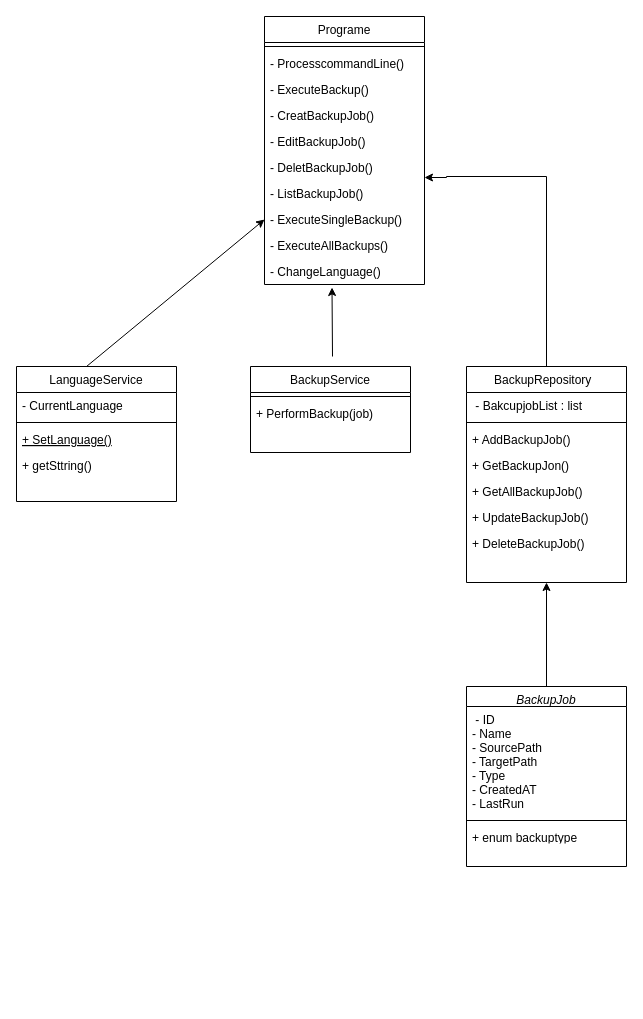
Above: Resources/Diagramme de classe.drawio in titaosahraoui/EasySave (draw.io), before the change. Source tidied: cells renumbered, new cells numbered last; positions are measured from the earlier drawing's top-left corner, leaving out a move shared by most shapes. Both pictures are drawn from the tidied source at 100%, with x=0, y=0 at pixel (16, 16).
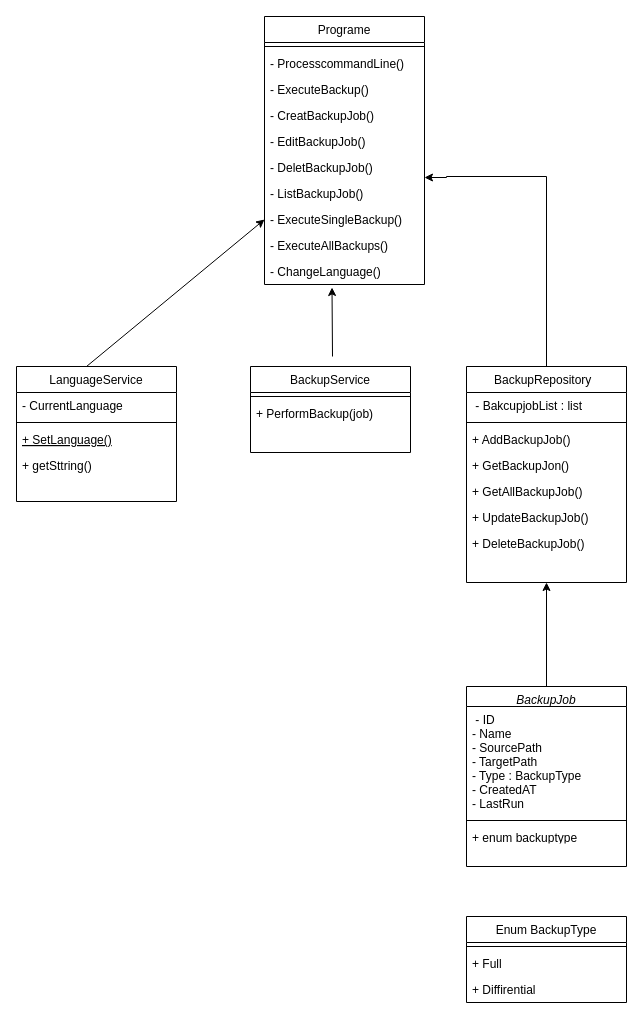
The same diagram, later.

Commit message (it also covers changes not shown here):
Mettre à jour Diagramme de classe.drawio

The change refers to these unchanged cells:
```xml
<mxCell id="2" value="BackupJob" style="swimlane;fontStyle=2;align=center;verticalAlign=top;horizontal=1;startSize=20;rounded=0;shadow=0;strokeWidth=1;" parent="1" vertex="1">
  <mxGeometry x="450" y="670" width="160" height="180" as="geometry" />
</mxCell>
```

Change to the diagram source:
```diff
@@
-    <mxCell id="3" value=" - ID&#10;- Name&#10;- SourcePath&#10;- TargetPath&#10;- Type&#10;- CreatedAT&#10;- LastRun" style="text;align=left;verticalAlign=top;spacingLeft=4;spacingRight=4;overflow=hidden;rounded=0;shadow=0;html=0;" parent="2" vertex="1">
+    <mxCell id="3" value=" - ID&#10;- Name&#10;- SourcePath&#10;- TargetPath&#10;- Type : BackupType&#10;- CreatedAT&#10;- LastRun" style="text;align=left;verticalAlign=top;spacingLeft=4;spacingRight=4;overflow=hidden;rounded=0;shadow=0;html=0;" parent="2" vertex="1">
       <mxGeometry y="20" width="160" height="110" as="geometry" />
     </mxCell>
@@
+    <mxCell id="37" value="Enum BackupType" style="swimlane;fontStyle=0;align=center;verticalAlign=top;horizontal=1;startSize=26;rounded=0;shadow=0;strokeWidth=1;" parent="1" vertex="1">
+      <mxGeometry x="450" y="900" width="160" height="86" as="geometry" />
+    </mxCell>
+    <mxCell id="38" style="line;html=1;strokeWidth=1;align=left;verticalAlign=middle;spacingTop=-1;spacingLeft=3;spacingRight=3;labelPosition=right;" parent="37" vertex="1">
+      <mxGeometry y="26" width="160" height="8" as="geometry" />
+    </mxCell>
+    <mxCell id="39" value="+ Full" style="text;align=left;verticalAlign=top;spacingLeft=4;spacingRight=4;overflow=hidden;" parent="37" vertex="1">
+      <mxGeometry y="34" width="160" height="26" as="geometry" />
+    </mxCell>
+    <mxCell id="40" value="+ Diffirential" style="text;align=left;verticalAlign=top;spacingLeft=4;spacingRight=4;overflow=hidden;" parent="37" vertex="1">
+      <mxGeometry y="60" width="160" height="26" as="geometry" />
+    </mxCell>
```
